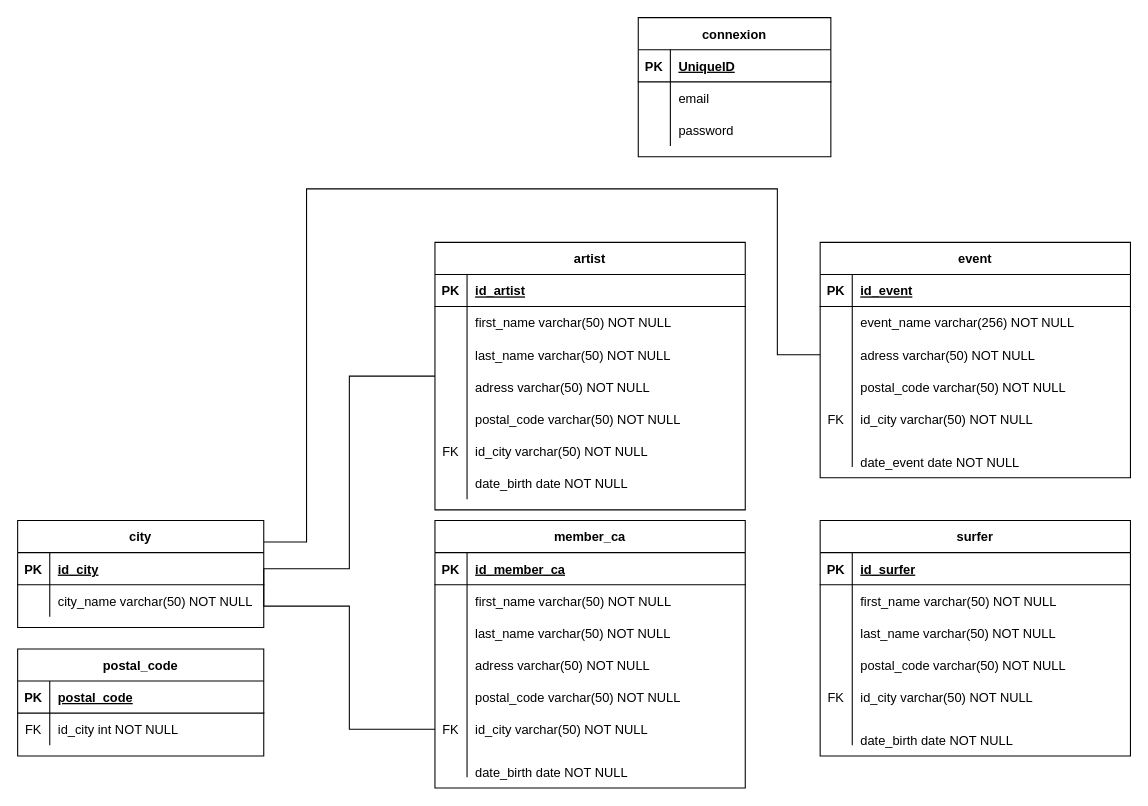
Before: Untitled Diagram.drawio in Nymphee/Test, a draw.io diagram. Source tidied: cells renumbered, new cells numbered last; positions are measured from the earlier drawing's top-left corner, leaving out a move shared by most shapes. Both pictures are drawn from the tidied source at 107%, with x=0, y=0 at pixel (17, 17).
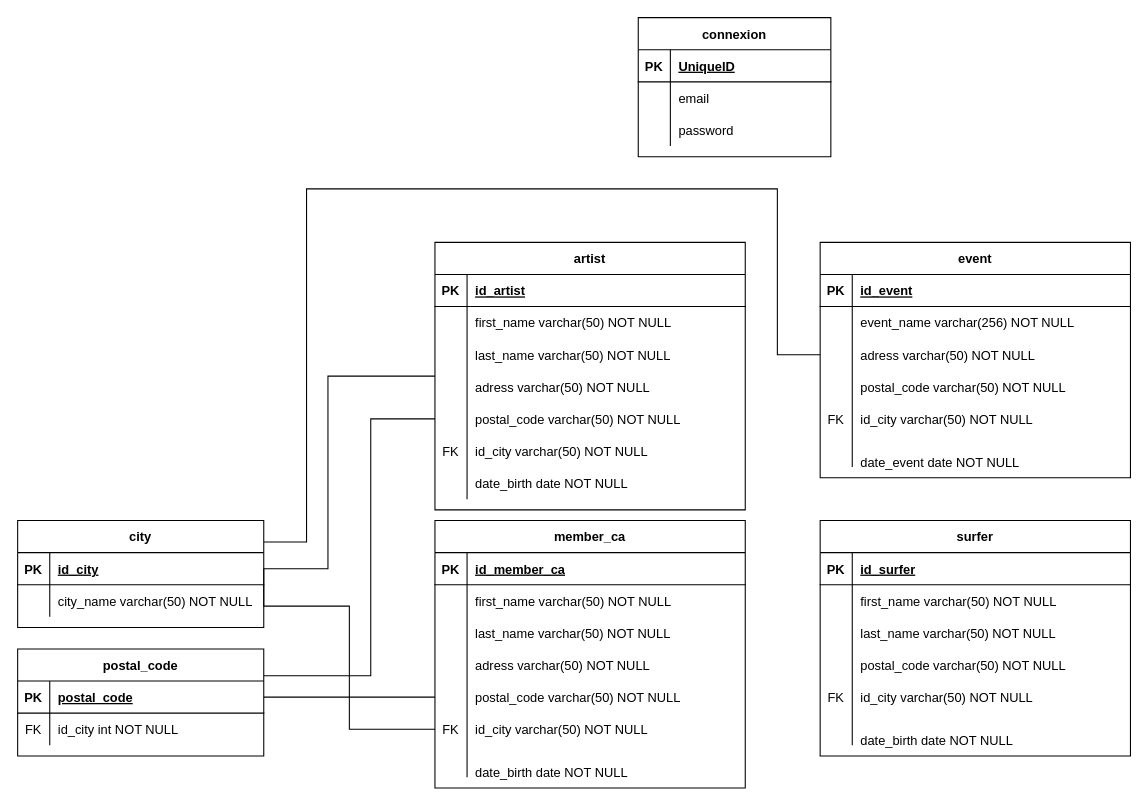
Above is the later version.

The change refers to these unchanged cells:
```xml
<mxCell id="15" style="shape=partialRectangle;fillColor=none;top=0;left=0;bottom=0;right=0;points=[[0,0.5],[1,0.5]];portConstraint=eastwest;" parent="2" vertex="1">
  <mxGeometry y="150" width="290" height="30" as="geometry" />
</mxCell>
<mxCell id="25" style="shape=partialRectangle;fillColor=none;top=0;left=0;bottom=1;right=0;points=[[0,0.5],[1,0.5]];portConstraint=eastwest;" parent="24" vertex="1">
  <mxGeometry y="30" width="230" height="30" as="geometry" />
</mxCell>
<mxCell id="33" value="artist" style="shape=table;startSize=30;childLayout=tableLayout;rowLines=0;fontStyle=1;align=center;" parent="1" vertex="1">
  <mxGeometry x="390" y="210" width="290" height="250" as="geometry" />
</mxCell>
<mxCell id="46" style="shape=partialRectangle;fillColor=none;top=0;left=0;bottom=0;right=0;points=[[0,0.5],[1,0.5]];portConstraint=eastwest;" parent="33" vertex="1">
  <mxGeometry y="150" width="290" height="30" as="geometry" />
</mxCell>
<mxCell id="113" value="postal_code" style="shape=table;startSize=30;childLayout=tableLayout;rowLines=0;fontStyle=1;align=center;" parent="1" vertex="1">
  <mxGeometry y="590" width="230" height="100" as="geometry" />
</mxCell>
<mxCell id="114" style="shape=partialRectangle;fillColor=none;top=0;left=0;bottom=1;right=0;points=[[0,0.5],[1,0.5]];portConstraint=eastwest;" parent="113" vertex="1">
  <mxGeometry y="30" width="230" height="30" as="geometry" />
</mxCell>
```

Diff of the diagram source:
```diff
@@
     <mxCell id="32" style="edgeStyle=orthogonalEdgeStyle;rounded=0;jettySize=auto;html=1;exitX=0;exitY=0.5;exitDx=0;exitDy=0;entryX=1;entryY=0.5;entryDx=0;entryDy=0;endArrow=none;endFill=0;" parent="1" edge="1" source="33" target="25">
-      <mxGeometry relative="1" as="geometry" />
+      <mxGeometry relative="1" as="geometry">
+        <Array as="points">
+          <mxPoint x="290" y="335" />
+          <mxPoint x="290" y="515" />
+        </Array>
+      </mxGeometry>
     </mxCell>
@@
+    <mxCell id="120" style="edgeStyle=orthogonalEdgeStyle;rounded=0;jettySize=auto;html=1;exitX=1;exitY=0.5;exitDx=0;exitDy=0;endArrow=none;endFill=0;" parent="1" edge="1" source="114" target="15">
+      <mxGeometry relative="1" as="geometry" />
+    </mxCell>
+    <mxCell id="121" style="edgeStyle=orthogonalEdgeStyle;rounded=0;jettySize=auto;html=1;exitX=0;exitY=0.5;exitDx=0;exitDy=0;entryX=1;entryY=0.25;entryDx=0;entryDy=0;endArrow=none;endFill=0;" parent="1" edge="1" source="46" target="113">
+      <mxGeometry relative="1" as="geometry">
+        <Array as="points">
+          <mxPoint x="330" y="375" />
+          <mxPoint x="330" y="615" />
+        </Array>
+      </mxGeometry>
+    </mxCell>
```
